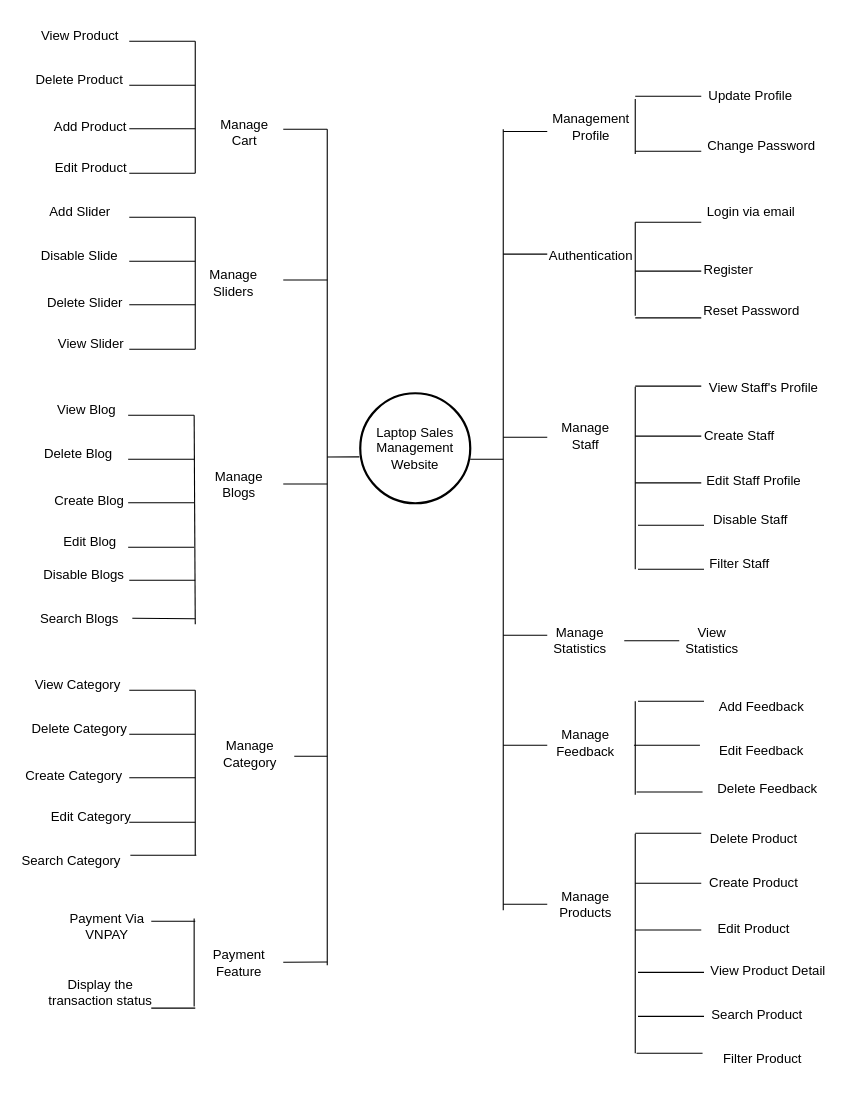
The draw.io diagram page "Trang-4" (4 of 4) of Use-Case.drawio in DungLV2003/SWR, before the edit. Source tidied: cells renumbered, new cells numbered last; positions are measured from the earlier drawing's top-left corner, leaving out a move shared by most shapes. Both pictures are drawn from the tidied source at 110%, with x=0, y=0 at pixel (19, 19).
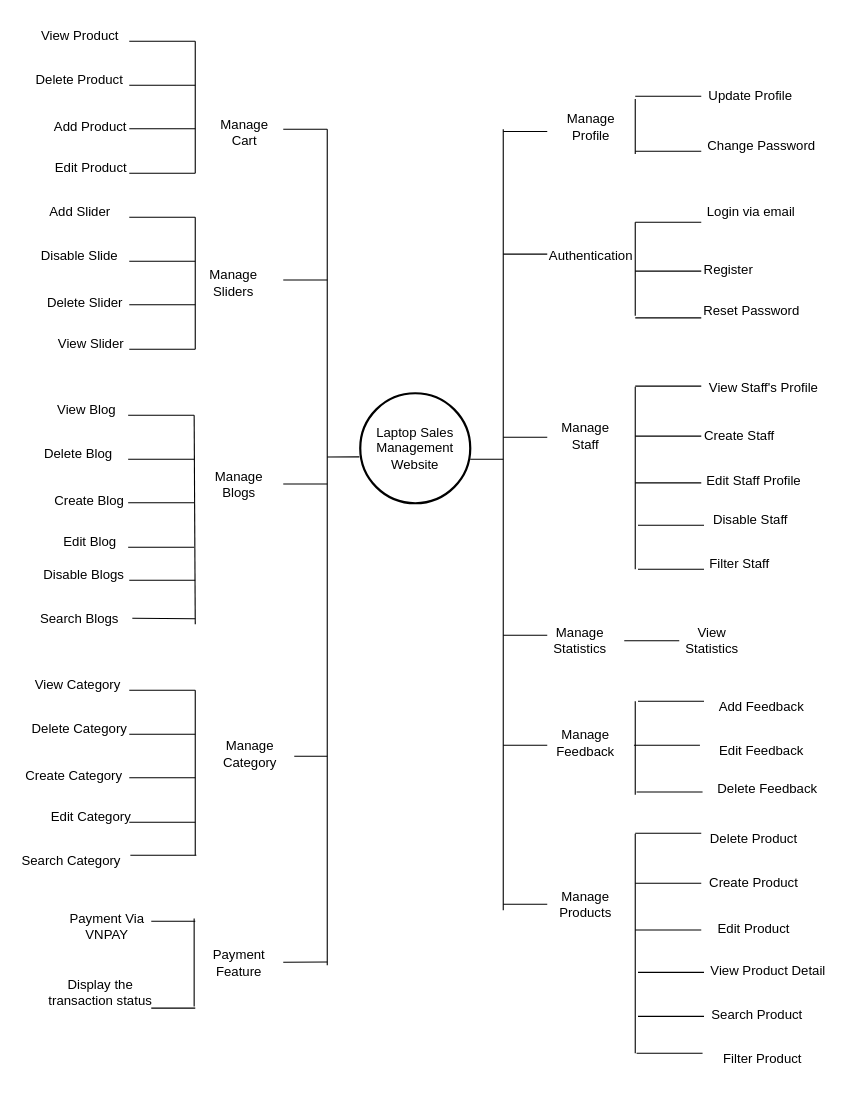
The same page after the edit.

Commit message:
Cập nhật Use-Case.drawio

What changed in the source:
```diff
@@
-    <mxCell id="65" value="Management&lt;div&gt;Profile&lt;/div&gt;" style="text;html=1;align=center;verticalAlign=middle;whiteSpace=wrap;rounded=0;" parent="1" vertex="1">
+    <mxCell id="65" value="Manage&lt;div&gt;Profile&lt;/div&gt;" style="text;html=1;align=center;verticalAlign=middle;whiteSpace=wrap;rounded=0;" parent="1" vertex="1">
       <mxGeometry x="490" y="82.5" width="60" height="30" as="geometry" />
     </mxCell>
```
